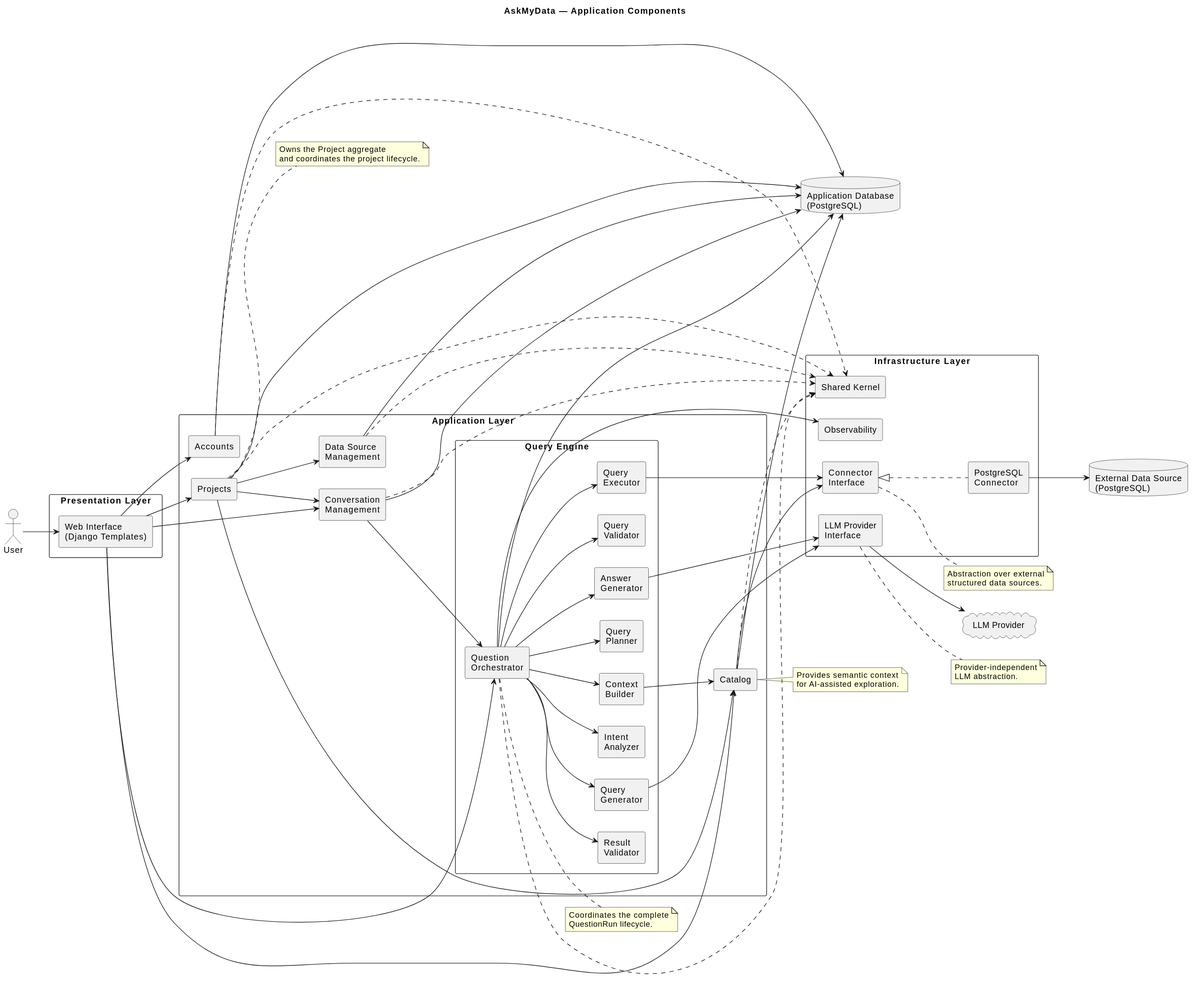
Earlier version of the PlantUML export docs/diagrams/generated/AskMyData_Application_Components.svg (MarinePernici/askmydata).
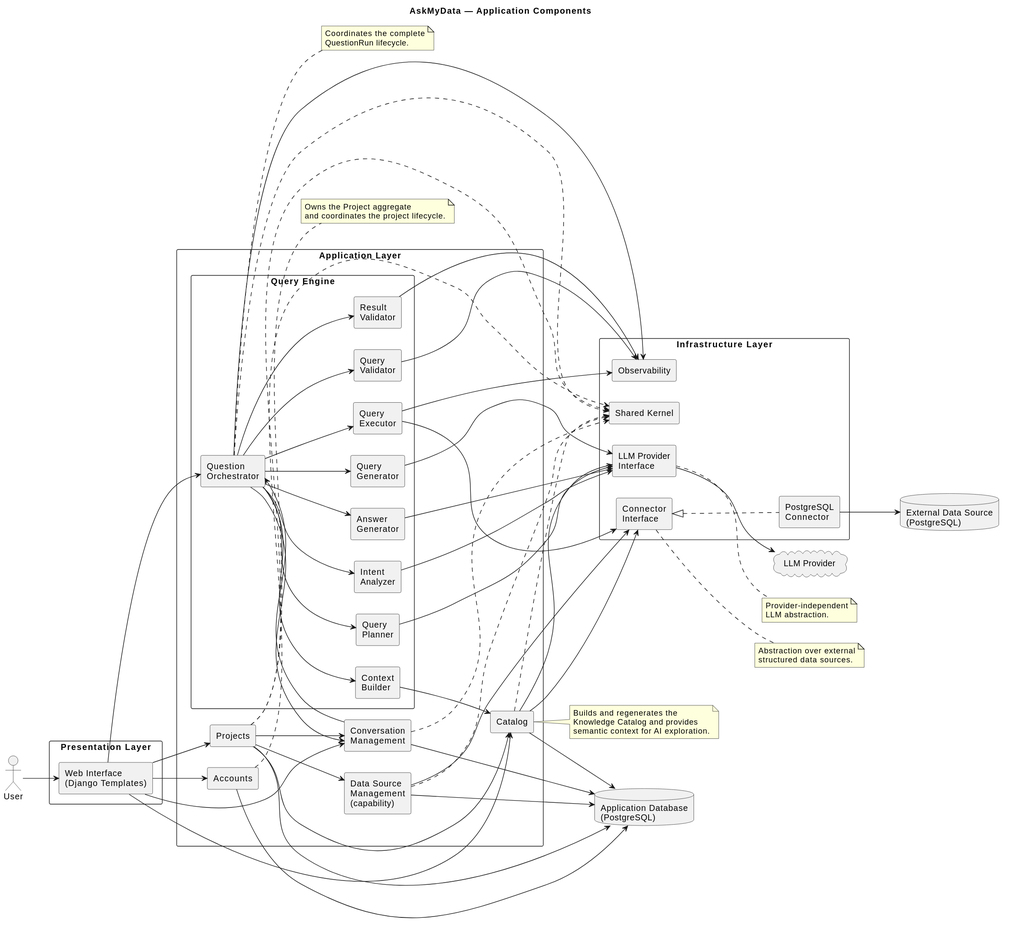
The same file after the commit.

The edit, as a diff of the source:
```diff
@@ -17,7 +17,7 @@
 
     component "Accounts" as Accounts
     component "Projects" as Projects
-    component "Data Source\nManagement" as DSM
+    component "Data Source\nManagement\n(capability)" as DSM
     component "Catalog" as Catalog
     component "Conversation\nManagement" as Conversations
 
@@ -40,13 +40,9 @@
 package "Infrastructure Layer" {
 
     component "Connector\nInterface" as Connector
-
     component "PostgreSQL\nConnector" as PostgreSQLConnector
-
     component "LLM Provider\nInterface" as LLMInterface
-
     component "Observability" as Observability
-
     component "Shared Kernel" as SharedKernel
 
 }
@@ -69,9 +65,12 @@
 Projects --> Catalog
 Projects --> Conversations
 
+DSM --> Connector
 Catalog --> Connector
+Catalog --> LLMInterface
 
 Conversations --> Orchestrator
+Orchestrator --> Conversations
 
 Orchestrator --> IntentAnalyzer
 Orchestrator --> ContextBuilder
@@ -84,8 +83,9 @@
 
 ContextBuilder --> Catalog
 
+IntentAnalyzer --> LLMInterface
+QueryPlanner --> LLMInterface
 QueryGenerator --> LLMInterface
-
 AnswerGenerator --> LLMInterface
 
 QueryExecutor --> Connector
@@ -101,9 +101,11 @@
 DSM --> AppDB
 Catalog --> AppDB
 Conversations --> AppDB
-Orchestrator --> AppDB
 
 Orchestrator --> Observability
+QueryValidator --> Observability
+QueryExecutor --> Observability
+ResultValidator --> Observability
 
 Accounts ..> SharedKernel
 Projects ..> SharedKernel
@@ -118,8 +120,9 @@
 end note
 
 note right of Catalog
-Provides semantic context
-for AI-assisted exploration.
+Builds and regenerates the
+Knowledge Catalog and provides
+semantic context for AI exploration.
 end note
 
 note right of Orchestrator
```
